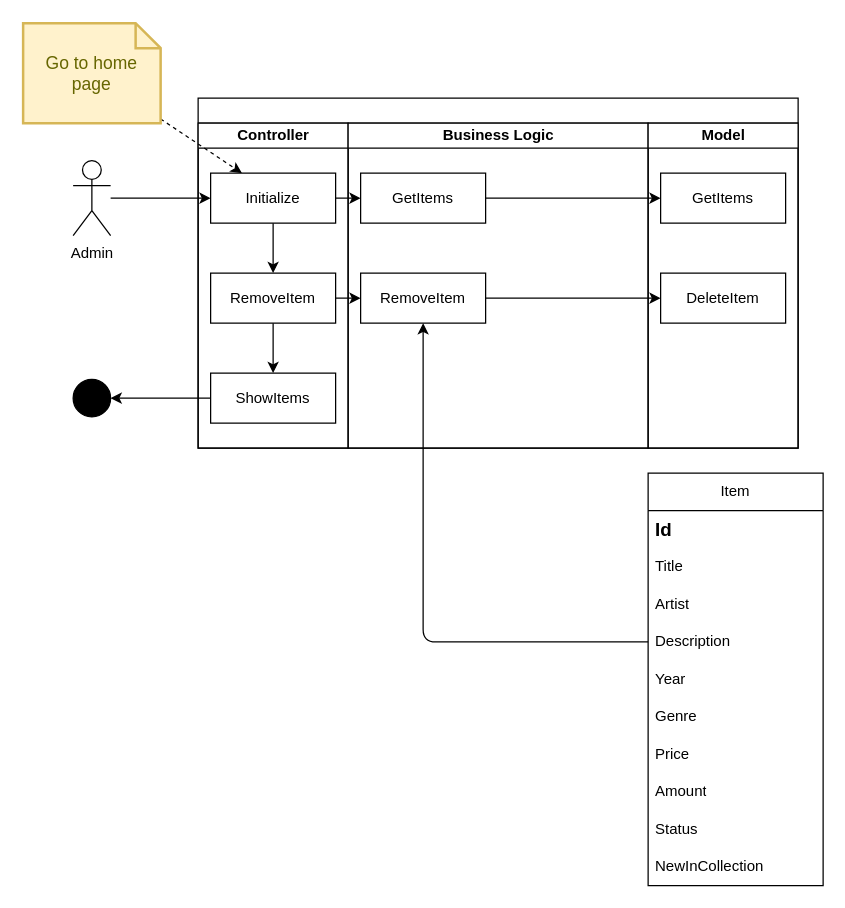
JochemGrootherder/educom-webshop-runtime-records keeps this draw.io diagram as diagrams/ASD/RemoveItem.drawio. Above is the earlier version. Source tidied: cells renumbered, new cells numbered last; positions are measured from the earlier drawing's top-left corner, leaving out a move shared by most shapes. Both pictures are drawn from the tidied source at 125%, with x=0, y=0 at pixel (22, 22).
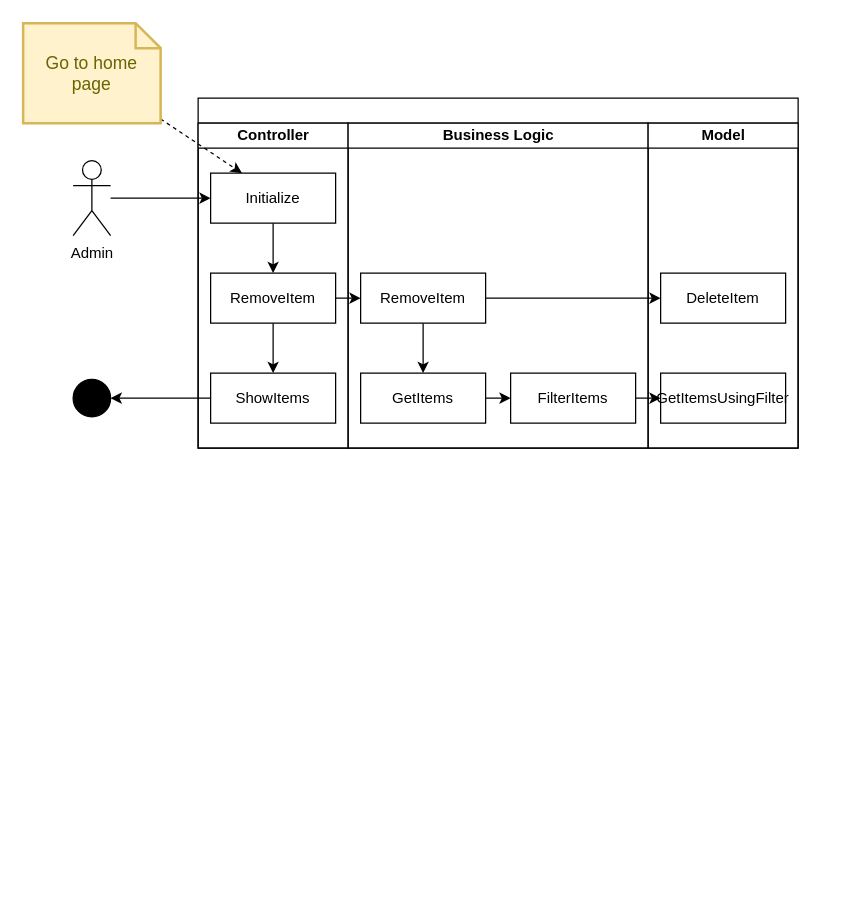
Above is the later version.

The change refers to these unchanged cells:
```xml
<mxCell id="2" style="swimlane;startSize=20;html=1;" parent="1" vertex="1">
  <mxGeometry x="140" y="60" width="480" height="280" as="geometry" />
</mxCell>
<mxCell id="5" value="Initialize" style="rounded=0;whiteSpace=wrap;html=1;" parent="3" vertex="1">
  <mxGeometry x="10" y="40" width="100" height="40" as="geometry" />
</mxCell>
<mxCell id="9" value="Business Logic" style="swimlane;startSize=20;html=1;" parent="2" vertex="1">
  <mxGeometry x="120" y="20" width="240" height="260" as="geometry" />
</mxCell>
<mxCell id="10" value="RemoveItem" style="rounded=0;whiteSpace=wrap;html=1;" parent="9" vertex="1">
  <mxGeometry x="10" y="120" width="100" height="40" as="geometry" />
</mxCell>
<mxCell id="12" value="Model" style="swimlane;startSize=20;html=1;" parent="2" vertex="1">
  <mxGeometry x="360" y="20" width="120" height="260" as="geometry" />
</mxCell>
```

Change to the diagram source:
```diff
@@
+    <mxCell id="37" style="edgeStyle=none;html=1;" parent="9" edge="1" source="10" target="11">
+      <mxGeometry relative="1" as="geometry" />
+    </mxCell>
@@
     <mxCell id="11" value="GetItems" style="rounded=0;whiteSpace=wrap;html=1;" parent="9" vertex="1">
-      <mxGeometry x="10" y="40" width="100" height="40" as="geometry" />
+      <mxGeometry x="10" y="200" width="100" height="40" as="geometry" />
     </mxCell>
+    <mxCell id="38" value="FilterItems" style="rounded=0;whiteSpace=wrap;html=1;" parent="9" vertex="1">
+      <mxGeometry x="130" y="200" width="100" height="40" as="geometry" />
+    </mxCell>
+    <mxCell id="17" style="edgeStyle=none;html=1;" parent="9" edge="1" source="11" target="38">
+      <mxGeometry relative="1" as="geometry" />
+    </mxCell>
@@
-    <mxCell id="14" value="GetItems" style="rounded=0;whiteSpace=wrap;html=1;" parent="12" vertex="1">
-      <mxGeometry x="10" y="40" width="100" height="40" as="geometry" />
+    <mxCell id="14" value="GetItemsUsingFilter" style="rounded=0;whiteSpace=wrap;html=1;" parent="12" vertex="1">
+      <mxGeometry x="10" y="200" width="100" height="40" as="geometry" />
     </mxCell>
@@
-    <mxCell id="17" style="edgeStyle=none;html=1;" parent="2" edge="1" source="11" target="14">
-      <mxGeometry relative="1" as="geometry" />
-    </mxCell>
-    <mxCell id="18" style="edgeStyle=none;html=1;" parent="2" edge="1" source="5" target="11">
-      <mxGeometry relative="1" as="geometry" />
-    </mxCell>
+    <mxCell id="39" style="edgeStyle=none;html=1;" parent="2" edge="1" source="38" target="14">
+      <mxGeometry relative="1" as="geometry" />
+    </mxCell>
@@
-    <mxCell id="21" value="Item" style="swimlane;fontStyle=0;horizontal=1;startSize=30;whiteSpace=wrap;html=1;" parent="1" vertex="1">
-      <mxGeometry x="500" y="360" width="140" height="330" as="geometry" />
-    </mxCell>
-    <mxCell id="22" value="Id" style="text;strokeColor=none;fillColor=none;align=left;verticalAlign=middle;spacingLeft=4;spacingRight=4;overflow=hidden;whiteSpace=wrap;html=1;fontStyle=1;fontSize=15;" parent="21" vertex="1">
-      <mxGeometry y="30" width="140" height="30" as="geometry" />
-    </mxCell>
-    <mxCell id="23" value="Title" style="text;strokeColor=none;fillColor=none;align=left;verticalAlign=middle;spacingLeft=4;spacingRight=4;overflow=hidden;whiteSpace=wrap;html=1;" parent="21" vertex="1">
-      <mxGeometry y="60" width="140" height="30" as="geometry" />
-    </mxCell>
-    <mxCell id="24" value="Artist" style="text;strokeColor=none;fillColor=none;align=left;verticalAlign=middle;spacingLeft=4;spacingRight=4;overflow=hidden;whiteSpace=wrap;html=1;" parent="21" vertex="1">
-      <mxGeometry y="90" width="140" height="30" as="geometry" />
-    </mxCell>
-    <mxCell id="25" value="Description" style="text;strokeColor=none;fillColor=none;align=left;verticalAlign=middle;spacingLeft=4;spacingRight=4;overflow=hidden;points=[[0,0.5],[1,0.5]];portConstraint=eastwest;whiteSpace=wrap;html=1;" parent="21" vertex="1">
-      <mxGeometry y="120" width="140" height="30" as="geometry" />
-    </mxCell>
-    <mxCell id="26" value="Year" style="text;strokeColor=none;fillColor=none;align=left;verticalAlign=middle;spacingLeft=4;spacingRight=4;overflow=hidden;whiteSpace=wrap;html=1;" parent="21" vertex="1">
-      <mxGeometry y="150" width="140" height="30" as="geometry" />
-    </mxCell>
-    <mxCell id="27" value="Genre" style="text;strokeColor=none;fillColor=none;align=left;verticalAlign=middle;spacingLeft=4;spacingRight=4;overflow=hidden;whiteSpace=wrap;html=1;" parent="21" vertex="1">
-      <mxGeometry y="180" width="140" height="30" as="geometry" />
-    </mxCell>
-    <mxCell id="28" value="Price" style="text;strokeColor=none;fillColor=none;align=left;verticalAlign=middle;spacingLeft=4;spacingRight=4;overflow=hidden;whiteSpace=wrap;html=1;" parent="21" vertex="1">
-      <mxGeometry y="210" width="140" height="30" as="geometry" />
-    </mxCell>
-    <mxCell id="29" value="Amount" style="text;strokeColor=none;fillColor=none;align=left;verticalAlign=middle;spacingLeft=4;spacingRight=4;overflow=hidden;whiteSpace=wrap;html=1;" parent="21" vertex="1">
-      <mxGeometry y="240" width="140" height="30" as="geometry" />
-    </mxCell>
-    <mxCell id="30" value="Status" style="text;strokeColor=none;fillColor=none;align=left;verticalAlign=middle;spacingLeft=4;spacingRight=4;overflow=hidden;whiteSpace=wrap;html=1;" parent="21" vertex="1">
-      <mxGeometry y="270" width="140" height="30" as="geometry" />
-    </mxCell>
-    <mxCell id="31" value="NewInCollection" style="text;strokeColor=none;fillColor=none;align=left;verticalAlign=middle;spacingLeft=4;spacingRight=4;overflow=hidden;whiteSpace=wrap;html=1;" parent="21" vertex="1">
-      <mxGeometry y="300" width="140" height="30" as="geometry" />
-    </mxCell>
-    <mxCell id="32" style="edgeStyle=orthogonalEdgeStyle;html=1;" parent="1" edge="1" source="25" target="10">
-      <mxGeometry relative="1" as="geometry" />
-    </mxCell>
```
